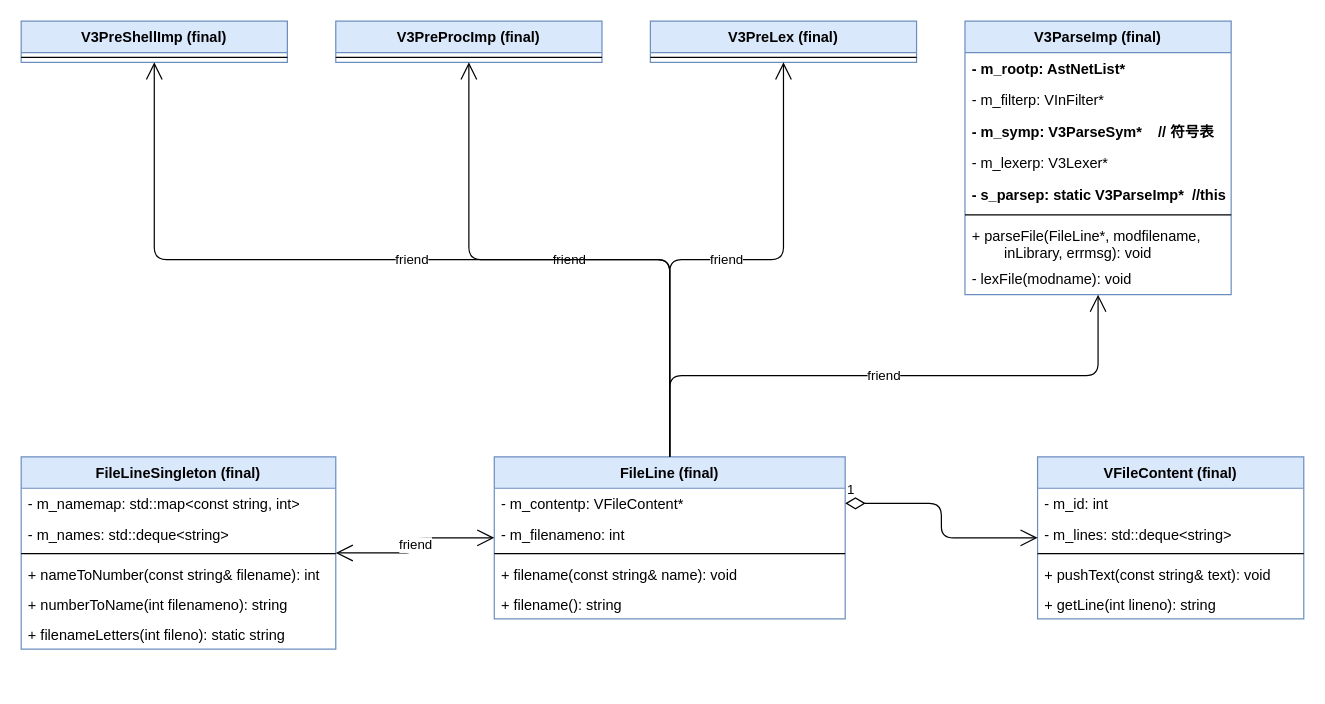
The draw.io diagram verilator_digrams/V3FileLine.drawio in Dercury/CLDK, before the edit. Source tidied: cells renumbered, new cells numbered last; positions are measured from the earlier drawing's top-left corner, leaving out a move shared by most shapes. Both pictures are drawn from the tidied source at 121%, with x=0, y=0 at pixel (21, 21).
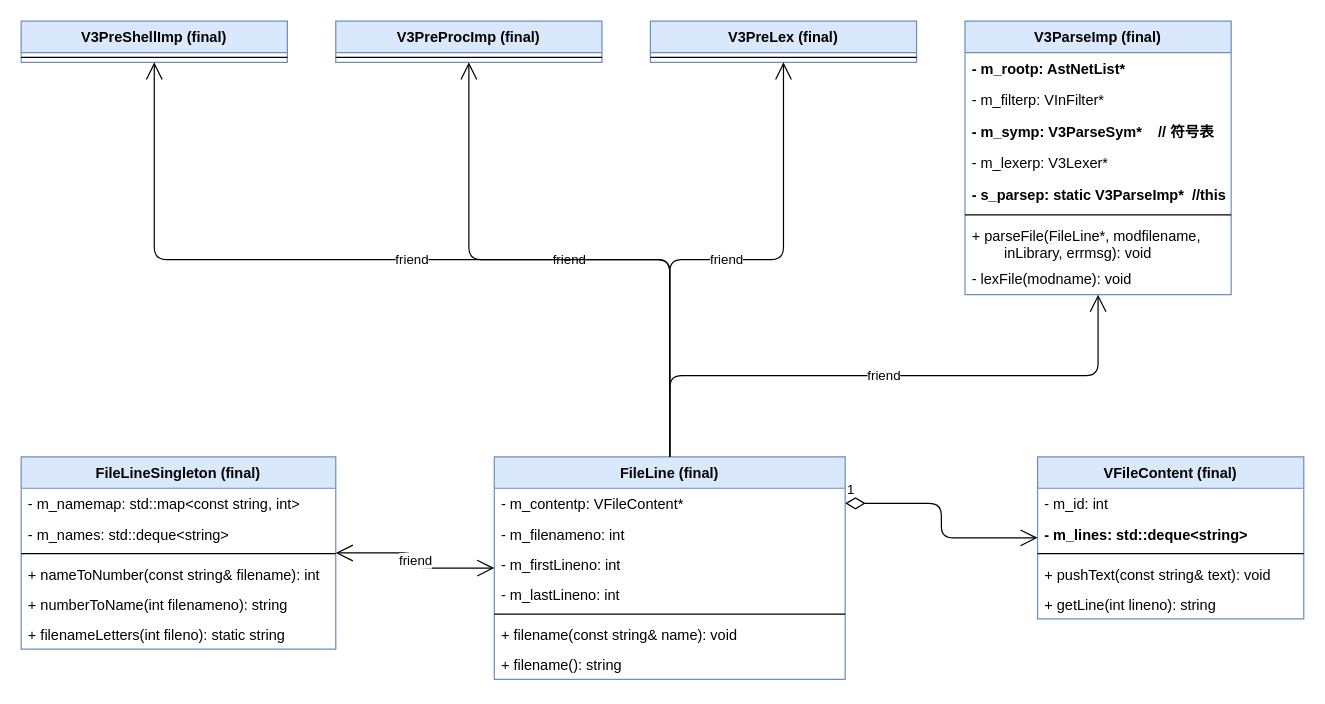
The same page after the edit.

The change refers to these unchanged cells:
```xml
<mxCell id="34" value="VFileContent (final)" style="swimlane;fontStyle=1;align=center;verticalAlign=top;horizontal=1;startSize=26;fillColor=#dae8fc;strokeColor=#6c8ebf;" parent="1" vertex="1">
  <mxGeometry x="840" y="360" width="220" height="134" as="geometry" />
</mxCell>
```

What changed in the source:
```diff
@@
     <mxCell id="2" value="FileLine (final)" style="swimlane;fontStyle=1;align=center;verticalAlign=top;horizontal=1;startSize=26;fillColor=#dae8fc;strokeColor=#6c8ebf;" parent="1" vertex="1">
-      <mxGeometry x="391" y="360" width="290" height="134" as="geometry" />
+      <mxGeometry x="391" y="360" width="290" height="184" as="geometry" />
     </mxCell>
@@
+    <mxCell id="42" value="- m_filenameno: int" style="text;strokeColor=none;fillColor=none;align=left;verticalAlign=top;spacingLeft=4;spacingRight=4;overflow=hidden;" parent="2" vertex="1">
+      <mxGeometry y="51" width="290" height="25" as="geometry" />
+    </mxCell>
+    <mxCell id="43" value="- m_firstLineno: int" style="text;strokeColor=none;fillColor=none;align=left;verticalAlign=top;spacingLeft=4;spacingRight=4;overflow=hidden;" parent="2" vertex="1">
+      <mxGeometry y="76" width="290" height="25" as="geometry" />
+    </mxCell>
-    <mxCell id="4" value="- m_filenameno: int" style="text;strokeColor=none;fillColor=none;align=left;verticalAlign=top;spacingLeft=4;spacingRight=4;overflow=hidden;" parent="2" vertex="1">
-      <mxGeometry y="51" width="290" height="25" as="geometry" />
+    <mxCell id="4" value="- m_lastLineno: int" style="text;strokeColor=none;fillColor=none;align=left;verticalAlign=top;spacingLeft=4;spacingRight=4;overflow=hidden;" parent="2" vertex="1">
+      <mxGeometry y="101" width="290" height="25" as="geometry" />
     </mxCell>
     <mxCell id="5" style="line;strokeWidth=1;fillColor=none;align=left;verticalAlign=middle;spacingTop=-1;spacingLeft=3;spacingRight=3;labelPosition=right;" parent="2" vertex="1">
-      <mxGeometry y="76" width="290" height="8" as="geometry" />
+      <mxGeometry y="126" width="290" height="8" as="geometry" />
     </mxCell>
     <mxCell id="6" value="+ filename(const string&amp; name): void" style="text;strokeColor=none;fillColor=none;align=left;verticalAlign=top;spacingLeft=4;spacingRight=4;overflow=hidden;" parent="2" vertex="1">
-      <mxGeometry y="84" width="290" height="25" as="geometry" />
+      <mxGeometry y="134" width="290" height="25" as="geometry" />
     </mxCell>
     <mxCell id="7" value="+ filename(): string" style="text;strokeColor=none;fillColor=none;align=left;verticalAlign=top;spacingLeft=4;spacingRight=4;overflow=hidden;whiteSpace=wrap;" parent="2" vertex="1">
-      <mxGeometry y="109" width="290" height="25" as="geometry" />
+      <mxGeometry y="159" width="290" height="25" as="geometry" />
     </mxCell>
@@
-    <mxCell id="36" value="- m_lines: std::deque&lt;string&gt;" style="text;strokeColor=none;fillColor=none;align=left;verticalAlign=top;spacingLeft=4;spacingRight=4;overflow=hidden;" parent="34" vertex="1">
+    <mxCell id="36" value="- m_lines: std::deque&lt;string&gt;" style="text;strokeColor=none;fillColor=none;align=left;verticalAlign=top;spacingLeft=4;spacingRight=4;overflow=hidden;fontStyle=1;" parent="34" vertex="1">
       <mxGeometry y="51" width="220" height="25" as="geometry" />
     </mxCell>
```
